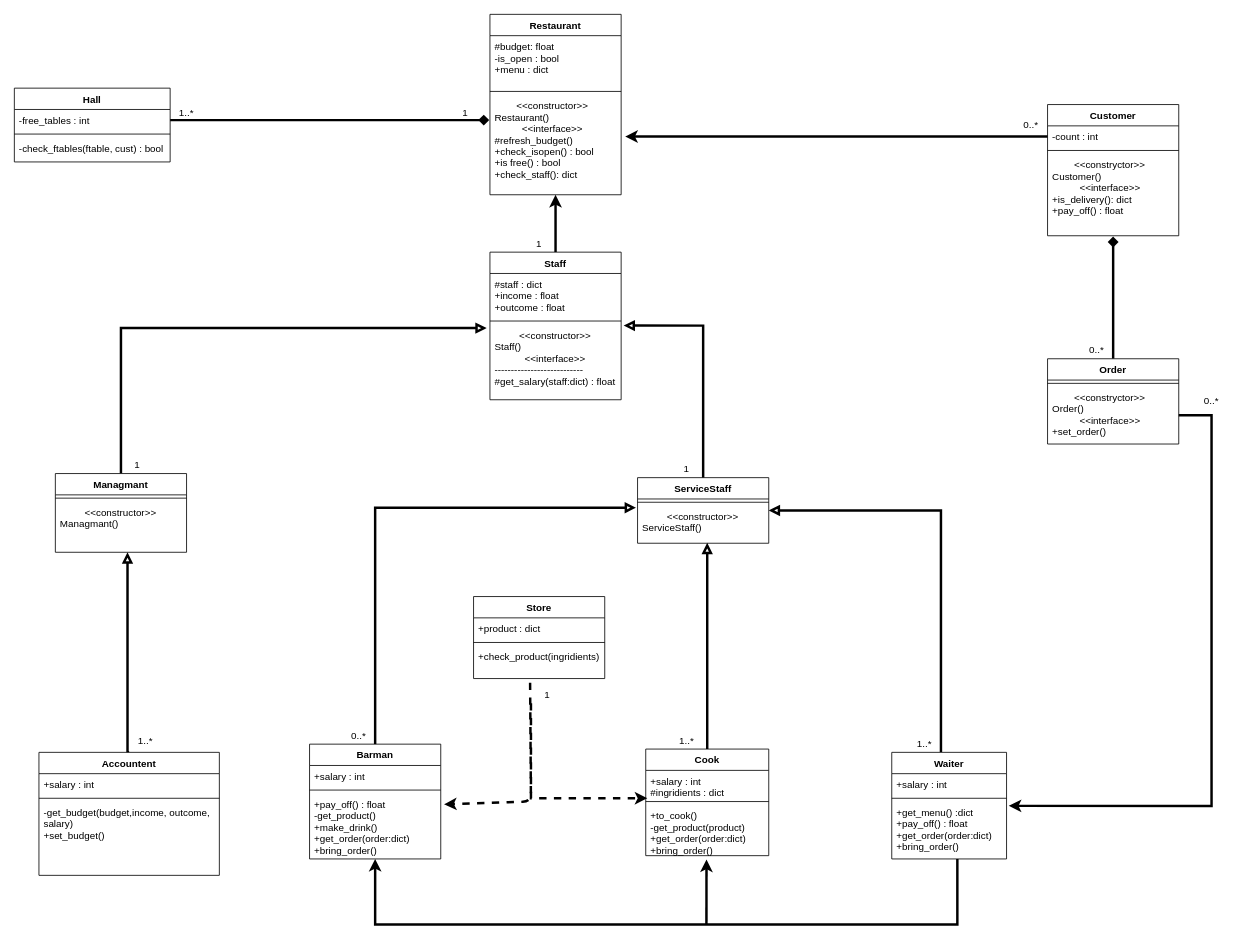
Before: python/oop_2/my_restaurant.drawio in ho1331/python-education, a draw.io diagram. Source tidied: cells renumbered, new cells numbered last; positions are measured from the earlier drawing's top-left corner, leaving out a move shared by most shapes. Both pictures are drawn from the tidied source at 82%, with x=0, y=0 at pixel (14, 14).
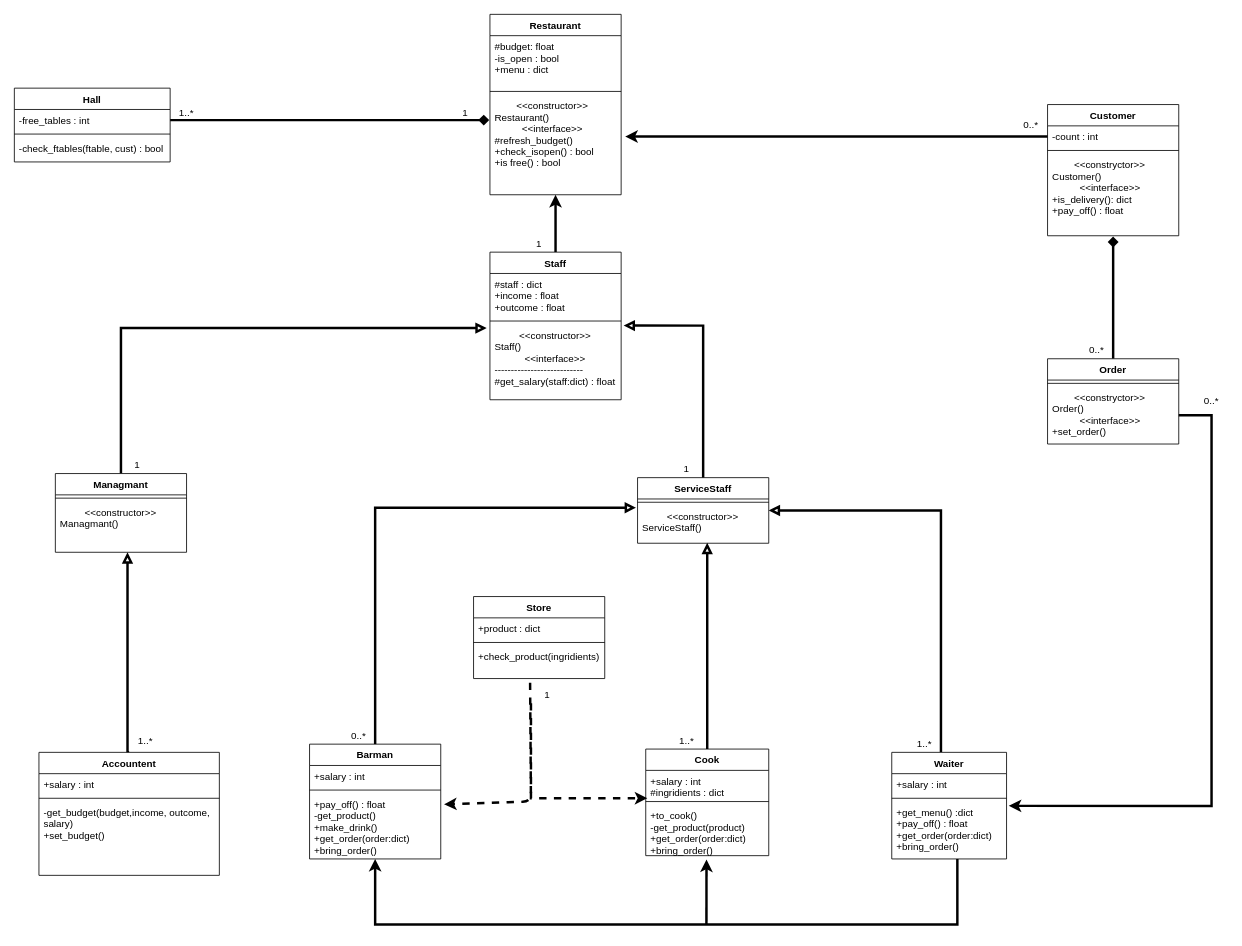
The same page after the edit.

Unchanged cells that the change refers to:
```xml
<mxCell id="2" value="Restaurant" style="swimlane;fontStyle=1;align=center;verticalAlign=top;horizontal=1;startSize=26;" parent="1" vertex="1">
  <mxGeometry x="580" width="160" height="220" as="geometry" />
</mxCell>
```

What changed in the source:
```diff
@@
-    <mxCell id="5" value="        &lt;&lt;constructor&gt;&gt;&#10;Restaurant()&#10;          &lt;&lt;interface&gt;&gt;&#10;#refresh_budget()&#10;+check_isopen() : bool&#10;+is free() : bool&#10;+check_staff(): dict" style="text;strokeColor=none;fillColor=none;align=left;verticalAlign=top;spacingLeft=4;spacingRight=4;overflow=hidden;points=[[0,0.5],[1,0.5]];portConstraint=eastwest;" parent="2" vertex="1">
+    <mxCell id="5" value="        &lt;&lt;constructor&gt;&gt;&#10;Restaurant()&#10;          &lt;&lt;interface&gt;&gt;&#10;#refresh_budget()&#10;+check_isopen() : bool&#10;+is free() : bool" style="text;strokeColor=none;fillColor=none;align=left;verticalAlign=top;spacingLeft=4;spacingRight=4;overflow=hidden;points=[[0,0.5],[1,0.5]];portConstraint=eastwest;" parent="2" vertex="1">
       <mxGeometry y="98" width="160" height="122" as="geometry" />
     </mxCell>
```
